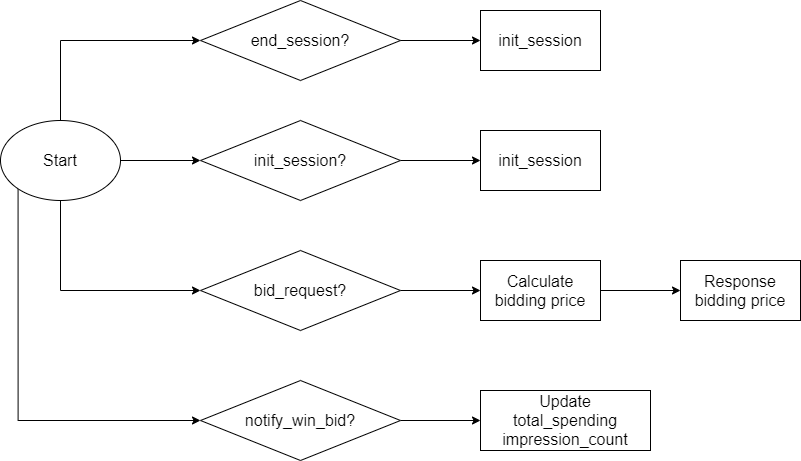
Above: images/bidder.png in ltkhang/simple_rtb (draw.io), before the change. Source tidied: cells renumbered, new cells last; positions are measured from the earlier drawing's top-left corner, leaving out a move shared by most shapes. Its diagram source:
```xml
<mxGraphModel>
  <root>
    <mxCell id="0" />
    <mxCell id="1" parent="0" />
    <mxCell id="2" style="edgeStyle=orthogonalEdgeStyle;rounded=0;jettySize=auto;html=1;fontSize=16;" parent="1" edge="1" source="6">
      <mxGeometry relative="1" as="geometry">
        <mxPoint x="200" y="160" as="targetPoint" />
      </mxGeometry>
    </mxCell>
    <mxCell id="3" style="edgeStyle=orthogonalEdgeStyle;rounded=0;jettySize=auto;html=1;exitX=0.5;exitY=1;exitDx=0;exitDy=0;entryX=0;entryY=0.5;entryDx=0;entryDy=0;fontSize=16;" parent="1" edge="1" source="6" target="11">
      <mxGeometry relative="1" as="geometry" />
    </mxCell>
    <mxCell id="4" style="edgeStyle=orthogonalEdgeStyle;rounded=0;jettySize=auto;html=1;exitX=0;exitY=1;exitDx=0;exitDy=0;entryX=0;entryY=0.5;entryDx=0;entryDy=0;fontSize=16;" parent="1" edge="1" source="6" target="16">
      <mxGeometry relative="1" as="geometry">
        <Array as="points">
          <mxPoint x="18" y="420" />
        </Array>
      </mxGeometry>
    </mxCell>
    <mxCell id="5" style="edgeStyle=orthogonalEdgeStyle;rounded=0;jettySize=auto;html=1;exitX=0.5;exitY=0;exitDx=0;exitDy=0;entryX=0;entryY=0.5;entryDx=0;entryDy=0;fontSize=16;" parent="1" edge="1" source="6" target="19">
      <mxGeometry relative="1" as="geometry" />
    </mxCell>
    <mxCell id="6" value="Start" style="ellipse;whiteSpace=wrap;html=1;fontSize=16;" parent="1" vertex="1">
      <mxGeometry y="120" width="120" height="80" as="geometry" />
    </mxCell>
    <mxCell id="7" style="edgeStyle=orthogonalEdgeStyle;rounded=0;jettySize=auto;html=1;exitX=1;exitY=0.5;exitDx=0;exitDy=0;entryX=0;entryY=0.5;entryDx=0;entryDy=0;fontSize=16;" parent="1" edge="1" source="8" target="9">
      <mxGeometry relative="1" as="geometry" />
    </mxCell>
    <mxCell id="8" value="init_session?" style="rhombus;whiteSpace=wrap;html=1;fontSize=16;" parent="1" vertex="1">
      <mxGeometry x="200" y="120" width="200" height="80" as="geometry" />
    </mxCell>
    <mxCell id="9" value="init_session" style="rounded=0;whiteSpace=wrap;html=1;fontSize=16;" parent="1" vertex="1">
      <mxGeometry x="480" y="130" width="120" height="60" as="geometry" />
    </mxCell>
    <mxCell id="10" style="edgeStyle=orthogonalEdgeStyle;rounded=0;jettySize=auto;html=1;exitX=1;exitY=0.5;exitDx=0;exitDy=0;entryX=0;entryY=0.5;entryDx=0;entryDy=0;fontSize=16;" parent="1" edge="1" source="11" target="13">
      <mxGeometry relative="1" as="geometry" />
    </mxCell>
    <mxCell id="11" value="bid_request?" style="rhombus;whiteSpace=wrap;html=1;fontSize=16;" parent="1" vertex="1">
      <mxGeometry x="200" y="250" width="200" height="80" as="geometry" />
    </mxCell>
    <mxCell id="12" style="edgeStyle=orthogonalEdgeStyle;rounded=0;jettySize=auto;html=1;fontSize=16;" parent="1" edge="1" source="13" target="14">
      <mxGeometry relative="1" as="geometry" />
    </mxCell>
    <mxCell id="13" value="Calculate bidding price" style="rounded=0;whiteSpace=wrap;html=1;fontSize=16;" parent="1" vertex="1">
      <mxGeometry x="480" y="260" width="120" height="60" as="geometry" />
    </mxCell>
    <mxCell id="14" value="Response&lt;br&gt;bidding price" style="rounded=0;whiteSpace=wrap;html=1;fontSize=16;" parent="1" vertex="1">
      <mxGeometry x="680" y="260" width="120" height="60" as="geometry" />
    </mxCell>
    <mxCell id="15" style="edgeStyle=orthogonalEdgeStyle;rounded=0;jettySize=auto;html=1;exitX=1;exitY=0.5;exitDx=0;exitDy=0;fontSize=16;" parent="1" edge="1" source="16" target="17">
      <mxGeometry relative="1" as="geometry" />
    </mxCell>
    <mxCell id="16" value="notify_win_bid?" style="rhombus;whiteSpace=wrap;html=1;fontSize=16;" parent="1" vertex="1">
      <mxGeometry x="200" y="380" width="200" height="80" as="geometry" />
    </mxCell>
    <mxCell id="17" value="Update&lt;br&gt;total_spending&lt;br&gt;impression_count" style="rounded=0;whiteSpace=wrap;html=1;fontSize=16;" parent="1" vertex="1">
      <mxGeometry x="480" y="390" width="170" height="60" as="geometry" />
    </mxCell>
    <mxCell id="18" style="edgeStyle=orthogonalEdgeStyle;rounded=0;jettySize=auto;html=1;exitX=1;exitY=0.5;exitDx=0;exitDy=0;entryX=0;entryY=0.5;entryDx=0;entryDy=0;fontSize=16;" parent="1" edge="1" source="19" target="20">
      <mxGeometry relative="1" as="geometry" />
    </mxCell>
    <mxCell id="19" value="end_session?" style="rhombus;whiteSpace=wrap;html=1;fontSize=16;" parent="1" vertex="1">
      <mxGeometry x="200" width="200" height="80" as="geometry" />
    </mxCell>
    <mxCell id="20" value="init_session" style="rounded=0;whiteSpace=wrap;html=1;fontSize=16;" parent="1" vertex="1">
      <mxGeometry x="480" y="10" width="120" height="60" as="geometry" />
    </mxCell>
  </root>
</mxGraphModel>
```
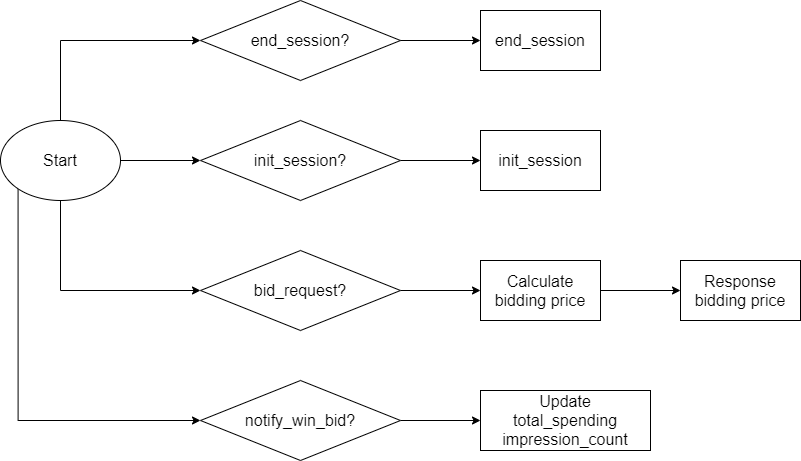
The same file after the commit.

What changed in the source:
```diff
@@ -62,7 +62,7 @@
     <mxCell id="19" value="end_session?" style="rhombus;whiteSpace=wrap;html=1;fontSize=16;" parent="1" vertex="1">
       <mxGeometry x="200" width="200" height="80" as="geometry" />
     </mxCell>
-    <mxCell id="20" value="init_session" style="rounded=0;whiteSpace=wrap;html=1;fontSize=16;" parent="1" vertex="1">
+    <mxCell id="20" value="end_session" style="rounded=0;whiteSpace=wrap;html=1;fontSize=16;" parent="1" vertex="1">
       <mxGeometry x="480" y="10" width="120" height="60" as="geometry" />
     </mxCell>
   </root>
```
